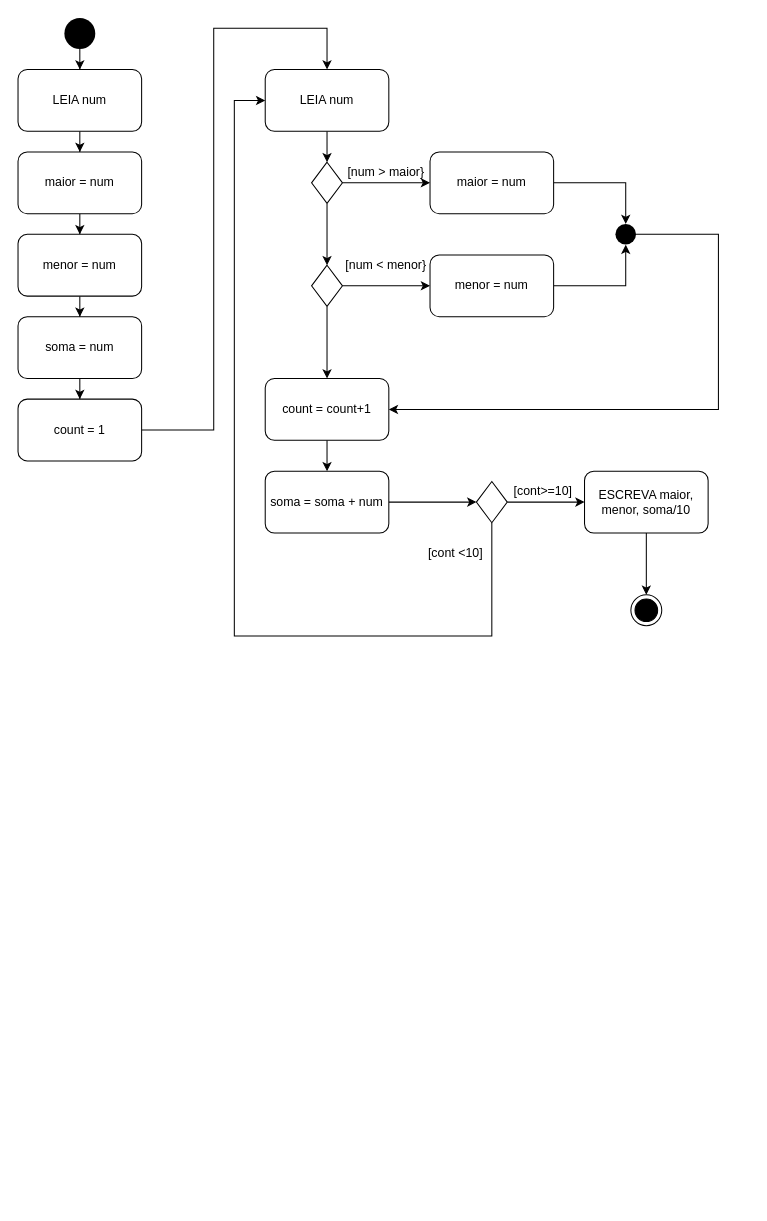
This is UML/atividade media.drawio from Vmp3/ADS, a draw.io file, before an edit. Source tidied: cells renumbered, new cells numbered last; positions are measured from the earlier drawing's top-left corner, leaving out a move shared by most shapes. Both pictures are drawn from the tidied source at 103%, with x=0, y=0 at pixel (18, 18).
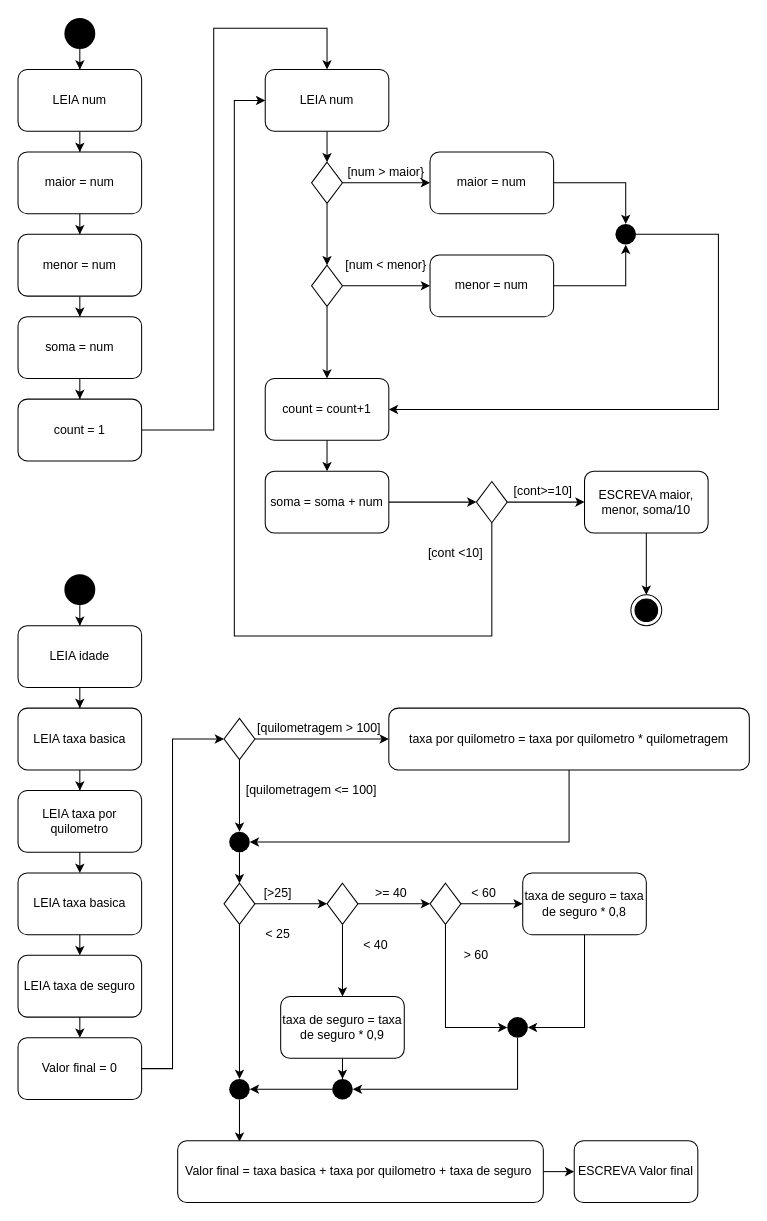
Above is the later version.

What changed in the source:
```diff
@@
+    <mxCell id="42" style="edgeStyle=orthogonalEdgeStyle;rounded=0;jettySize=auto;html=1;" parent="1" edge="1" source="43" target="72">
+      <mxGeometry relative="1" as="geometry" />
+    </mxCell>
+    <mxCell id="43" style="ellipse;fillColor=#000000;strokeColor=none;" parent="1" vertex="1">
+      <mxGeometry x="45" y="540" width="30" height="30" as="geometry" />
+    </mxCell>
+    <mxCell id="44" style="edgeStyle=orthogonalEdgeStyle;rounded=0;jettySize=auto;html=1;" parent="1" edge="1" source="45" target="46">
+      <mxGeometry relative="1" as="geometry" />
+    </mxCell>
+    <mxCell id="45" value="LEIA taxa basica" style="rounded=1;whiteSpace=wrap;html=1;" parent="1" vertex="1">
+      <mxGeometry y="670" width="120" height="60" as="geometry" />
+    </mxCell>
+    <mxCell id="46" value="LEIA taxa por quilometro" style="rounded=1;whiteSpace=wrap;html=1;" parent="1" vertex="1">
+      <mxGeometry y="750" width="120" height="60" as="geometry" />
+    </mxCell>
+    <mxCell id="47" style="edgeStyle=orthogonalEdgeStyle;rounded=0;jettySize=auto;html=1;entryX=0.5;entryY=0;entryDx=0;entryDy=0;" parent="1" edge="1" target="48">
+      <mxGeometry relative="1" as="geometry">
+        <mxPoint x="60" y="810" as="sourcePoint" />
+      </mxGeometry>
+    </mxCell>
+    <mxCell id="48" value="LEIA taxa basica" style="rounded=1;whiteSpace=wrap;html=1;" parent="1" vertex="1">
+      <mxGeometry y="830" width="120" height="60" as="geometry" />
+    </mxCell>
+    <mxCell id="49" style="edgeStyle=orthogonalEdgeStyle;rounded=0;jettySize=auto;html=1;entryX=0.5;entryY=0;entryDx=0;entryDy=0;" parent="1" edge="1" target="50">
+      <mxGeometry relative="1" as="geometry">
+        <mxPoint x="60" y="890" as="sourcePoint" />
+      </mxGeometry>
+    </mxCell>
+    <mxCell id="50" value="LEIA taxa de seguro" style="rounded=1;whiteSpace=wrap;html=1;" parent="1" vertex="1">
+      <mxGeometry y="910" width="120" height="60" as="geometry" />
+    </mxCell>
+    <mxCell id="51" style="edgeStyle=orthogonalEdgeStyle;rounded=0;jettySize=auto;html=1;entryX=0.5;entryY=0;entryDx=0;entryDy=0;" parent="1" edge="1" target="53">
+      <mxGeometry relative="1" as="geometry">
+        <mxPoint x="60" y="970" as="sourcePoint" />
+      </mxGeometry>
+    </mxCell>
+    <mxCell id="52" style="edgeStyle=orthogonalEdgeStyle;rounded=0;jettySize=auto;html=1;entryX=0;entryY=0.5;entryDx=0;entryDy=0;" parent="1" edge="1" source="53" target="56">
+      <mxGeometry relative="1" as="geometry">
+        <Array as="points">
+          <mxPoint x="150" y="1020" />
+          <mxPoint x="150" y="700" />
+        </Array>
+      </mxGeometry>
+    </mxCell>
+    <mxCell id="53" value="Valor final = 0" style="rounded=1;whiteSpace=wrap;html=1;" parent="1" vertex="1">
+      <mxGeometry y="990" width="120" height="60" as="geometry" />
+    </mxCell>
+    <mxCell id="54" style="edgeStyle=orthogonalEdgeStyle;rounded=0;jettySize=auto;html=1;entryX=0;entryY=0.5;entryDx=0;entryDy=0;" parent="1" edge="1" source="56" target="58">
+      <mxGeometry relative="1" as="geometry" />
+    </mxCell>
+    <mxCell id="55" style="edgeStyle=orthogonalEdgeStyle;rounded=0;jettySize=auto;html=1;" parent="1" edge="1" source="56">
+      <mxGeometry relative="1" as="geometry">
+        <mxPoint x="215" y="790" as="targetPoint" />
+      </mxGeometry>
+    </mxCell>
+    <mxCell id="56" style="rhombus;" parent="1" vertex="1">
+      <mxGeometry x="200" y="680" width="30" height="40" as="geometry" />
+    </mxCell>
+    <mxCell id="57" style="edgeStyle=orthogonalEdgeStyle;rounded=0;jettySize=auto;html=1;entryX=1;entryY=0.5;entryDx=0;entryDy=0;" parent="1" edge="1" source="58" target="65">
+      <mxGeometry relative="1" as="geometry">
+        <Array as="points">
+          <mxPoint x="535" y="800" />
+        </Array>
+      </mxGeometry>
+    </mxCell>
+    <mxCell id="58" value="taxa por quilometro = taxa por quilometro * quilometragem" style="rounded=1;whiteSpace=wrap;html=1;" parent="1" vertex="1">
+      <mxGeometry x="360" y="670" width="350" height="60" as="geometry" />
+    </mxCell>
+    <mxCell id="59" value="[quilometragem &amp;gt; 100]" style="text;html=1;strokeColor=none;fillColor=none;align=center;verticalAlign=middle;whiteSpace=wrap;rounded=0;" parent="1" vertex="1">
+      <mxGeometry x="230" y="680" width="125" height="20" as="geometry" />
+    </mxCell>
+    <mxCell id="60" value="[quilometragem &amp;lt;= 100]" style="text;html=1;strokeColor=none;fillColor=none;align=center;verticalAlign=middle;whiteSpace=wrap;rounded=0;" parent="1" vertex="1">
+      <mxGeometry x="220" y="740" width="130" height="20" as="geometry" />
+    </mxCell>
+    <mxCell id="61" style="edgeStyle=orthogonalEdgeStyle;rounded=0;jettySize=auto;html=1;" parent="1" edge="1" source="63">
+      <mxGeometry relative="1" as="geometry">
+        <mxPoint x="300" y="860" as="targetPoint" />
+      </mxGeometry>
+    </mxCell>
+    <mxCell id="62" style="edgeStyle=orthogonalEdgeStyle;rounded=0;jettySize=auto;html=1;entryX=0.5;entryY=0;entryDx=0;entryDy=0;" parent="1" edge="1" source="63" target="89">
+      <mxGeometry relative="1" as="geometry" />
+    </mxCell>
+    <mxCell id="63" style="rhombus;" parent="1" vertex="1">
+      <mxGeometry x="200" y="840" width="30" height="40" as="geometry" />
+    </mxCell>
+    <mxCell id="64" style="edgeStyle=orthogonalEdgeStyle;rounded=0;jettySize=auto;html=1;" parent="1" edge="1" source="65" target="63">
+      <mxGeometry relative="1" as="geometry" />
+    </mxCell>
+    <mxCell id="65" style="ellipse;fillColor=#000000;strokeColor=none;" parent="1" vertex="1">
+      <mxGeometry x="205" y="790" width="20" height="20" as="geometry" />
+    </mxCell>
+    <mxCell id="66" value="[&amp;gt;25]" style="text;html=1;strokeColor=none;fillColor=none;align=center;verticalAlign=middle;whiteSpace=wrap;rounded=0;" parent="1" vertex="1">
+      <mxGeometry x="190" y="840" width="125" height="20" as="geometry" />
+    </mxCell>
+    <mxCell id="67" value="&amp;lt; 25" style="text;html=1;strokeColor=none;fillColor=none;align=center;verticalAlign=middle;whiteSpace=wrap;rounded=0;" parent="1" vertex="1">
+      <mxGeometry x="190" y="880" width="125" height="20" as="geometry" />
+    </mxCell>
+    <mxCell id="68" style="edgeStyle=orthogonalEdgeStyle;rounded=0;jettySize=auto;html=1;" parent="1" edge="1" source="70">
+      <mxGeometry relative="1" as="geometry">
+        <mxPoint x="315" y="950" as="targetPoint" />
+      </mxGeometry>
+    </mxCell>
+    <mxCell id="69" style="edgeStyle=orthogonalEdgeStyle;rounded=0;jettySize=auto;html=1;" parent="1" edge="1" source="70">
+      <mxGeometry relative="1" as="geometry">
+        <mxPoint x="400" y="860" as="targetPoint" />
+      </mxGeometry>
+    </mxCell>
+    <mxCell id="70" style="rhombus;" parent="1" vertex="1">
+      <mxGeometry x="300" y="840" width="30" height="40" as="geometry" />
+    </mxCell>
+    <mxCell id="71" style="edgeStyle=orthogonalEdgeStyle;rounded=0;jettySize=auto;html=1;entryX=0.5;entryY=0;entryDx=0;entryDy=0;" parent="1" edge="1" source="72" target="45">
+      <mxGeometry relative="1" as="geometry" />
+    </mxCell>
+    <mxCell id="72" value="LEIA idade" style="rounded=1;whiteSpace=wrap;html=1;" parent="1" vertex="1">
+      <mxGeometry y="590" width="120" height="60" as="geometry" />
+    </mxCell>
+    <mxCell id="73" value="&amp;lt; 40" style="text;html=1;strokeColor=none;fillColor=none;align=center;verticalAlign=middle;whiteSpace=wrap;rounded=0;" parent="1" vertex="1">
+      <mxGeometry x="285" y="890" width="125" height="20" as="geometry" />
+    </mxCell>
+    <mxCell id="74" value="&amp;gt;= 40" style="text;html=1;strokeColor=none;fillColor=none;align=center;verticalAlign=middle;whiteSpace=wrap;rounded=0;" parent="1" vertex="1">
+      <mxGeometry x="300" y="840" width="125" height="20" as="geometry" />
+    </mxCell>
+    <mxCell id="75" style="edgeStyle=orthogonalEdgeStyle;rounded=0;jettySize=auto;html=1;" parent="1" edge="1" source="77">
+      <mxGeometry relative="1" as="geometry">
+        <mxPoint x="490" y="860" as="targetPoint" />
+      </mxGeometry>
+    </mxCell>
+    <mxCell id="76" style="edgeStyle=orthogonalEdgeStyle;rounded=0;jettySize=auto;html=1;entryX=0;entryY=0.5;entryDx=0;entryDy=0;" parent="1" edge="1" source="77" target="85">
+      <mxGeometry relative="1" as="geometry">
+        <Array as="points">
+          <mxPoint x="415" y="980" />
+        </Array>
+      </mxGeometry>
+    </mxCell>
+    <mxCell id="77" style="rhombus;" parent="1" vertex="1">
+      <mxGeometry x="400" y="840" width="30" height="40" as="geometry" />
+    </mxCell>
+    <mxCell id="78" value="&amp;lt; 60" style="text;html=1;strokeColor=none;fillColor=none;align=center;verticalAlign=middle;whiteSpace=wrap;rounded=0;" parent="1" vertex="1">
+      <mxGeometry x="390" y="840" width="125" height="20" as="geometry" />
+    </mxCell>
+    <mxCell id="79" value="&amp;gt; 60" style="text;html=1;strokeColor=none;fillColor=none;align=center;verticalAlign=middle;whiteSpace=wrap;rounded=0;" parent="1" vertex="1">
+      <mxGeometry x="420" y="900" width="50" height="20" as="geometry" />
+    </mxCell>
+    <mxCell id="80" style="edgeStyle=orthogonalEdgeStyle;rounded=0;jettySize=auto;html=1;entryX=1;entryY=0.5;entryDx=0;entryDy=0;" parent="1" edge="1" source="81" target="85">
+      <mxGeometry relative="1" as="geometry" />
+    </mxCell>
+    <mxCell id="81" value="taxa de seguro = taxa de seguro * 0,8" style="rounded=1;whiteSpace=wrap;html=1;" parent="1" vertex="1">
+      <mxGeometry x="490" y="830" width="120" height="60" as="geometry" />
+    </mxCell>
+    <mxCell id="82" style="edgeStyle=orthogonalEdgeStyle;rounded=0;jettySize=auto;html=1;entryX=0.5;entryY=0;entryDx=0;entryDy=0;" parent="1" edge="1" source="83" target="87">
+      <mxGeometry relative="1" as="geometry" />
+    </mxCell>
+    <mxCell id="83" value="taxa de seguro = taxa de seguro * 0,9" style="rounded=1;whiteSpace=wrap;html=1;" parent="1" vertex="1">
+      <mxGeometry x="255" y="950" width="120" height="60" as="geometry" />
+    </mxCell>
+    <mxCell id="84" style="edgeStyle=orthogonalEdgeStyle;rounded=0;jettySize=auto;html=1;entryX=1;entryY=0.5;entryDx=0;entryDy=0;" parent="1" edge="1" source="85" target="87">
+      <mxGeometry relative="1" as="geometry">
+        <Array as="points">
+          <mxPoint x="485" y="1040" />
+        </Array>
+      </mxGeometry>
+    </mxCell>
+    <mxCell id="85" style="ellipse;fillColor=#000000;strokeColor=none;" parent="1" vertex="1">
+      <mxGeometry x="475" y="970" width="20" height="20" as="geometry" />
+    </mxCell>
+    <mxCell id="86" style="edgeStyle=orthogonalEdgeStyle;rounded=0;jettySize=auto;html=1;entryX=1;entryY=0.5;entryDx=0;entryDy=0;" parent="1" edge="1" source="87" target="89">
+      <mxGeometry relative="1" as="geometry" />
+    </mxCell>
+    <mxCell id="87" style="ellipse;fillColor=#000000;strokeColor=none;" parent="1" vertex="1">
+      <mxGeometry x="305" y="1030" width="20" height="20" as="geometry" />
+    </mxCell>
+    <mxCell id="88" style="edgeStyle=orthogonalEdgeStyle;rounded=0;jettySize=auto;html=1;entryX=0.169;entryY=0.017;entryDx=0;entryDy=0;entryPerimeter=0;" parent="1" edge="1" source="89" target="91">
+      <mxGeometry relative="1" as="geometry" />
+    </mxCell>
+    <mxCell id="89" style="ellipse;fillColor=#000000;strokeColor=none;" parent="1" vertex="1">
+      <mxGeometry x="205" y="1030" width="20" height="20" as="geometry" />
+    </mxCell>
+    <mxCell id="90" style="edgeStyle=orthogonalEdgeStyle;rounded=0;jettySize=auto;html=1;" parent="1" edge="1" source="91">
+      <mxGeometry relative="1" as="geometry">
+        <mxPoint x="540" y="1120" as="targetPoint" />
+      </mxGeometry>
+    </mxCell>
+    <mxCell id="91" value="Valor final = taxa basica + taxa por quilometro + taxa de seguro&amp;nbsp;" style="rounded=1;whiteSpace=wrap;html=1;" parent="1" vertex="1">
+      <mxGeometry x="155" y="1090" width="355" height="60" as="geometry" />
+    </mxCell>
+    <mxCell id="92" value="ESCREVA Valor final" style="rounded=1;whiteSpace=wrap;html=1;" parent="1" vertex="1">
+      <mxGeometry x="540" y="1090" width="120" height="60" as="geometry" />
+    </mxCell>
```
